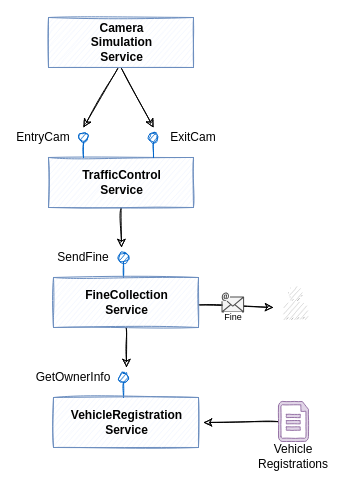
This is page "solution-architecture" (1 of 2) of dapr-trafficcontrol-sample-diagrams.drawio from EdwinVW/dapr-traffic-control, a draw.io file, before an edit. Source tidied: cells renumbered, new cells numbered last; positions are measured from the earlier drawing's top-left corner, leaving out a move shared by most shapes. Both pictures are drawn from the tidied source at 100%, with x=0, y=0 at pixel (23, 17).
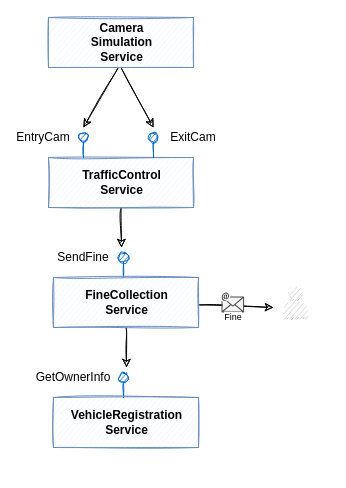
After the change.

Change to the diagram source:
```diff
@@
-    <mxCell id="24" style="edgeStyle=none;rounded=1;sketch=1;jettySize=auto;html=1;fontSize=12;" parent="1" edge="1" source="25">
-      <mxGeometry relative="1" as="geometry">
-        <mxPoint x="180" y="405" as="targetPoint" />
-      </mxGeometry>
-    </mxCell>
-    <mxCell id="25" style="verticalLabelPosition=bottom;html=1;verticalAlign=top;align=center;shape=mxgraph.azure.cloud_services_configuration_file;sketch=1;fontSize=9;fillStyle=auto;sketchStyle=comic;jiggle=1;fillColor=#e1d5e7;strokeColor=#9673a6;shadow=0;labelBackgroundColor=#ffffff;" parent="1" vertex="1">
-      <mxGeometry x="255" y="384" width="30" height="40" as="geometry" />
-    </mxCell>
-    <mxCell id="26" value="Vehicle&lt;br&gt;Registrations" style="text;html=1;strokeColor=none;fillColor=none;align=center;verticalAlign=middle;whiteSpace=wrap;rounded=0;shadow=0;labelBackgroundColor=#ffffff;sketch=1;fontSize=12;" parent="1" vertex="1">
-      <mxGeometry x="250" y="429" width="40" height="20" as="geometry" />
-    </mxCell>
```
